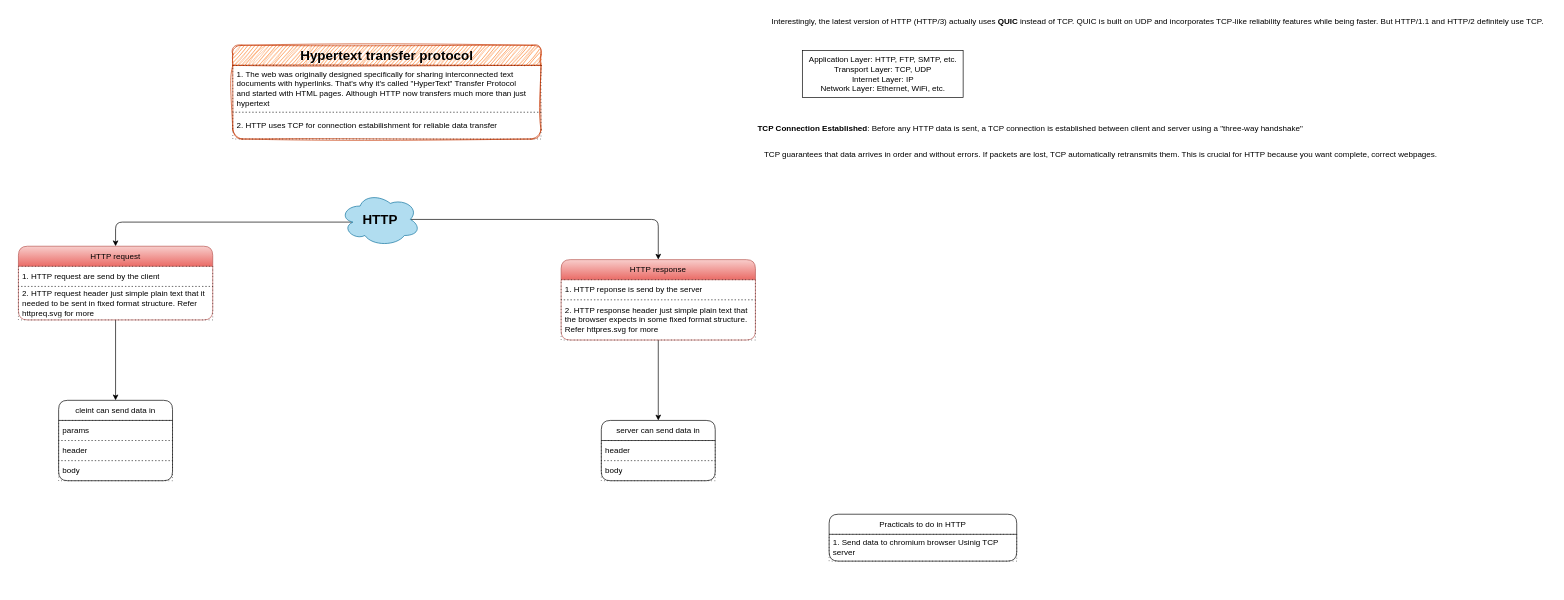
This is computer-networking/protocols/hypertext-transfer-protocol/http.dio from knkrn5/Programming-Concepts, a draw.io file, before an edit. Source tidied: cells renumbered, new cells numbered last; positions are measured from the earlier drawing's top-left corner, leaving out a move shared by most shapes. Both pictures are drawn from the tidied source at 67%, with x=0, y=0 at pixel (18, 11).
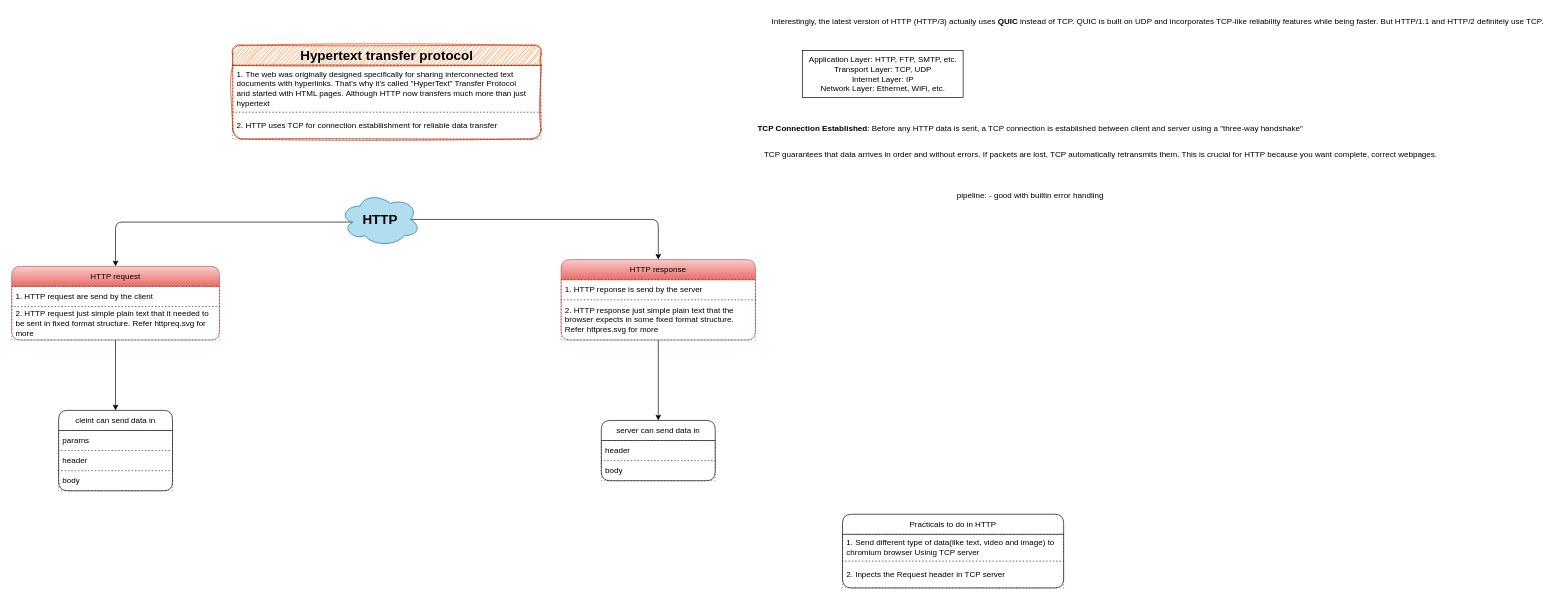
Above is the later version.

The change refers to these unchanged cells:
```xml
<mxCell id="5" value="&lt;b&gt;&lt;font style=&quot;font-size: 20px;&quot;&gt;Hypertext transfer protocol&lt;/font&gt;&lt;/b&gt;" style="swimlane;fontStyle=0;horizontal=1;startSize=30;whiteSpace=wrap;html=1;rounded=1;fillColor=#fa6800;fontColor=#000000;strokeColor=#C73500;sketch=1;curveFitting=1;jiggle=2;" parent="1" vertex="1">
  <mxGeometry x="320" y="50" width="460" height="140" as="geometry" />
</mxCell>
<mxCell id="26" value="HTTP response" style="swimlane;fontStyle=0;horizontal=1;startSize=30;whiteSpace=wrap;html=1;rounded=1;fillColor=#f8cecc;gradientColor=#ea6b66;strokeColor=#b85450;" parent="1" vertex="1">
  <mxGeometry x="810" y="370" width="290" height="120" as="geometry" />
</mxCell>
```

The edit, as a diff of the source:
```diff
@@
-    <mxCell id="7" value="2. HTTP uses TCP for connection estabilishment for reliable data transfer" style="text;strokeColor=default;fillColor=none;align=left;verticalAlign=middle;spacingLeft=4;spacingRight=4;overflow=hidden;whiteSpace=wrap;html=1;dashed=1;dashPattern=1 4;" parent="5" vertex="1">
+    <mxCell id="7" value="2. HTTP uses &lt;span style=&quot;background-color: light-dark(rgb(255, 255, 255), rgb(255, 0, 255));&quot;&gt;&lt;font style=&quot;color: light-dark(rgb(0, 0, 0), rgb(0, 0, 0));&quot;&gt;TCP&lt;/font&gt;&lt;/span&gt; for connection estabilishment for reliable data transfer" style="text;strokeColor=default;fillColor=none;align=left;verticalAlign=middle;spacingLeft=4;spacingRight=4;overflow=hidden;whiteSpace=wrap;html=1;dashed=1;dashPattern=1 4;" parent="5" vertex="1">
       <mxGeometry y="100" width="460" height="40" as="geometry" />
     </mxCell>
@@
     <mxCell id="14" value="cleint can send data in" style="swimlane;fontStyle=0;horizontal=1;startSize=30;whiteSpace=wrap;html=1;rounded=1;" parent="1" vertex="1">
-      <mxGeometry x="60" y="580" width="170" height="120" as="geometry" />
+      <mxGeometry x="60" y="595" width="170" height="120" as="geometry" />
     </mxCell>
@@
     <mxCell id="21" value="Practicals to do in HTTP" style="swimlane;fontStyle=0;horizontal=1;startSize=30;whiteSpace=wrap;html=1;rounded=1;fillColor=light-dark(#FFFFFF,#CC0000);" parent="1" vertex="1">
-      <mxGeometry x="1210" y="750" width="280" height="70" as="geometry" />
+      <mxGeometry x="1230" y="750" width="330" height="110" as="geometry" />
     </mxCell>
-    <mxCell id="22" value="1. Send data to chromium browser Usinig TCP server" style="text;strokeColor=default;fillColor=none;align=left;verticalAlign=middle;spacingLeft=4;spacingRight=4;overflow=hidden;whiteSpace=wrap;html=1;dashed=1;dashPattern=1 4;" parent="21" vertex="1">
-      <mxGeometry y="30" width="280" height="40" as="geometry" />
+    <mxCell id="22" value="1. Send different type of data(like text, video and image) to chromium browser Usinig TCP server" style="text;strokeColor=default;fillColor=none;align=left;verticalAlign=middle;spacingLeft=4;spacingRight=4;overflow=hidden;whiteSpace=wrap;html=1;dashed=1;dashPattern=1 4;" parent="21" vertex="1">
+      <mxGeometry y="30" width="330" height="40" as="geometry" />
     </mxCell>
+    <mxCell id="29" value="2. Inpects the Request header in TCP server" style="text;strokeColor=default;fillColor=none;align=left;verticalAlign=middle;spacingLeft=4;spacingRight=4;overflow=hidden;whiteSpace=wrap;html=1;dashed=1;dashPattern=1 4;" parent="21" vertex="1">
+      <mxGeometry y="70" width="330" height="40" as="geometry" />
+    </mxCell>
     <mxCell id="23" value="HTTP request" style="swimlane;fontStyle=0;horizontal=1;startSize=30;whiteSpace=wrap;html=1;rounded=1;fillColor=#f8cecc;gradientColor=#ea6b66;strokeColor=#b85450;" parent="1" vertex="1">
-      <mxGeometry y="350" width="290" height="110" as="geometry" />
+      <mxGeometry x="-10" y="380" width="310" height="110" as="geometry" />
     </mxCell>
     <mxCell id="24" value="1. HTTP request are send by the client" style="text;strokeColor=default;fillColor=none;align=left;verticalAlign=middle;spacingLeft=4;spacingRight=4;overflow=hidden;whiteSpace=wrap;html=1;dashed=1;dashPattern=1 4;" parent="23" vertex="1">
-      <mxGeometry y="30" width="290" height="30" as="geometry" />
+      <mxGeometry y="30" width="310" height="30" as="geometry" />
     </mxCell>
-    <mxCell id="25" value="2. HTTP request header just simple plain text that it needed to be sent in fixed format structure. Refer &lt;span style=&quot;background-color: light-dark(rgb(255, 255, 255), rgb(255, 0, 255));&quot;&gt;&lt;font style=&quot;color: light-dark(rgb(0, 0, 0), rgb(0, 0, 0));&quot;&gt;httpreq.svg&lt;/font&gt;&lt;/span&gt; for more" style="text;strokeColor=default;fillColor=none;align=left;verticalAlign=middle;spacingLeft=4;spacingRight=4;overflow=hidden;whiteSpace=wrap;html=1;dashed=1;dashPattern=1 4;" parent="23" vertex="1">
-      <mxGeometry y="60" width="290" height="50" as="geometry" />
+    <mxCell id="25" value="2. HTTP request just simple plain text that it needed to be sent in fixed format structure. Refer &lt;span style=&quot;background-color: light-dark(rgb(255, 255, 255), rgb(255, 0, 255));&quot;&gt;&lt;font style=&quot;color: light-dark(rgb(0, 0, 0), rgb(0, 0, 0));&quot;&gt;httpreq.svg&lt;/font&gt;&lt;/span&gt; for more" style="text;strokeColor=default;fillColor=none;align=left;verticalAlign=middle;spacingLeft=4;spacingRight=4;overflow=hidden;whiteSpace=wrap;html=1;dashed=1;dashPattern=1 4;" parent="23" vertex="1">
+      <mxGeometry y="60" width="310" height="50" as="geometry" />
     </mxCell>
@@
-    <mxCell id="28" value="2. HTTP response header just simple plain text that the browser expects in some fixed format structure. Refer &lt;span style=&quot;background-color: light-dark(rgb(255, 255, 255), rgb(255, 0, 255));&quot;&gt;&lt;font style=&quot;color: light-dark(rgb(0, 0, 0), rgb(0, 0, 0));&quot;&gt;httpres.svg&lt;/font&gt;&lt;/span&gt; for more" style="text;strokeColor=default;fillColor=none;align=left;verticalAlign=middle;spacingLeft=4;spacingRight=4;overflow=hidden;whiteSpace=wrap;html=1;dashed=1;dashPattern=1 4;" parent="26" vertex="1">
+    <mxCell id="28" value="2. HTTP response just simple plain text that the browser expects in some fixed format structure. Refer &lt;span style=&quot;background-color: light-dark(rgb(255, 255, 255), rgb(255, 0, 255));&quot;&gt;&lt;font style=&quot;color: light-dark(rgb(0, 0, 0), rgb(0, 0, 0));&quot;&gt;httpres.svg&lt;/font&gt;&lt;/span&gt; for more" style="text;strokeColor=default;fillColor=none;align=left;verticalAlign=middle;spacingLeft=4;spacingRight=4;overflow=hidden;whiteSpace=wrap;html=1;dashed=1;dashPattern=1 4;" parent="26" vertex="1">
       <mxGeometry y="60" width="290" height="60" as="geometry" />
     </mxCell>
+    <mxCell id="30" value="pipeline: - good with builtin error handling" style="text;html=1;align=center;verticalAlign=middle;strokeColor=none;fillColor=none;" parent="1" vertex="1">
+      <mxGeometry x="1390" y="260" width="240" height="30" as="geometry" />
+    </mxCell>
```
